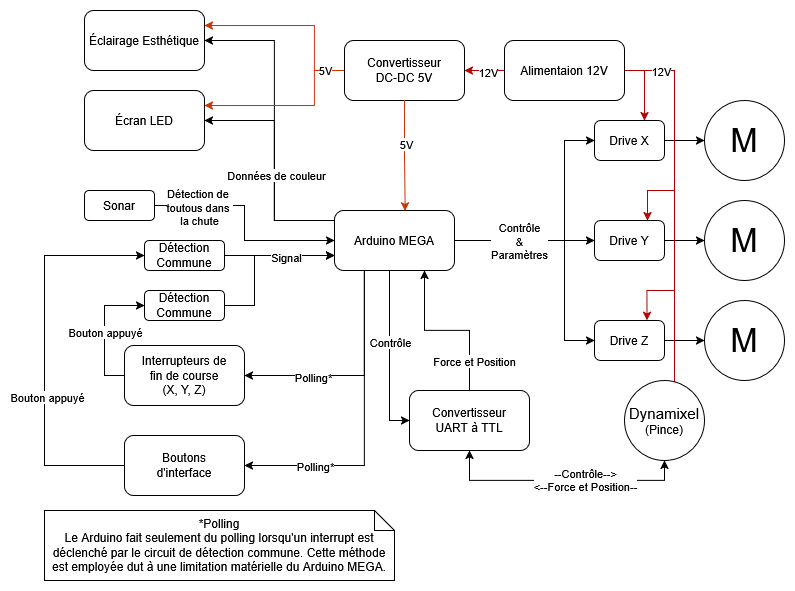
GROchet/GROchet_PCB keeps this draw.io diagram as GROchet_Bloc_Diagram.drawio.png. Above is the earlier version. Source tidied: cells renumbered, new cells last; positions are measured from the earlier drawing's top-left corner, leaving out a move shared by most shapes.
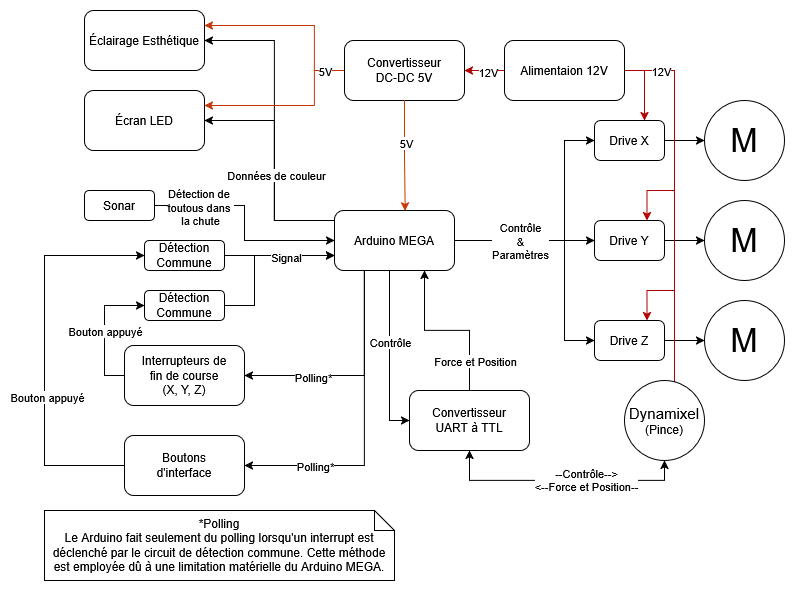
The same file after the commit.

Commit message:
typo correction

Change to the diagram source:
```diff
@@ -32,16 +32,16 @@
         </Array>
       </mxGeometry>
     </mxCell>
-    <mxCell id="7" style="edgeStyle=orthogonalEdgeStyle;rounded=0;jettySize=auto;html=1;entryX=1;entryY=0.5;entryDx=0;entryDy=0;" parent="1" edge="1" target="38">
-      <mxGeometry relative="1" as="geometry">
-        <mxPoint x="290" y="210" as="sourcePoint" />
-        <Array as="points">
-          <mxPoint x="230" y="210" />
-          <mxPoint x="230" y="30" />
-        </Array>
-      </mxGeometry>
-    </mxCell>
+    <mxCell id="62" style="edgeStyle=orthogonalEdgeStyle;rounded=0;jettySize=auto;html=1;entryX=1;entryY=0.5;entryDx=0;entryDy=0;" parent="1" edge="1" target="38">
+      <mxGeometry relative="1" as="geometry">
+        <mxPoint x="290" y="210" as="sourcePoint" />
+        <Array as="points">
+          <mxPoint x="230" y="210" />
+          <mxPoint x="230" y="30" />
+        </Array>
+      </mxGeometry>
+    </mxCell>
-    <mxCell id="8" value="&lt;div&gt;Données de couleur&lt;/div&gt;" style="edgeLabel;html=1;align=center;verticalAlign=middle;" parent="7" vertex="1">
+    <mxCell id="8" value="&lt;div&gt;Données de couleur&lt;/div&gt;" style="edgeLabel;html=1;align=center;verticalAlign=middle;" parent="62" vertex="1">
       <mxGeometry x="-0.32" y="-1" relative="1" as="geometry" />
     </mxCell>
     <mxCell id="9" style="edgeStyle=orthogonalEdgeStyle;rounded=0;jettySize=auto;html=1;entryX=0;entryY=0.5;entryDx=0;entryDy=0;" parent="1" edge="1" source="15" target="44">
@@ -164,11 +164,11 @@
         </Array>
       </mxGeometry>
     </mxCell>
-    <mxCell id="35" value="5V" style="edgeLabel;html=1;align=center;verticalAlign=middle;" parent="34" vertex="1">
-      <mxGeometry x="-0.6" y="1" relative="1" as="geometry">
-        <mxPoint x="9" y="-5" as="offset" />
-      </mxGeometry>
-    </mxCell>
+    <mxCell id="63" value="5V" style="edgeLabel;html=1;align=center;verticalAlign=middle;" parent="34" vertex="1">
+      <mxGeometry x="-0.6" y="1" relative="1" as="geometry">
+        <mxPoint x="9" y="-5" as="offset" />
+      </mxGeometry>
+    </mxCell>
     <mxCell id="36" value="&lt;div&gt;Convertisseur&lt;/div&gt;&lt;div&gt;DC-DC 5V&lt;/div&gt;" style="rounded=1;whiteSpace=wrap;html=1;" parent="1" vertex="1">
       <mxGeometry x="300" y="30" width="120" height="60" as="geometry" />
     </mxCell>
@@ -201,17 +201,17 @@
     <mxCell id="45" style="edgeStyle=orthogonalEdgeStyle;rounded=0;jettySize=auto;html=1;entryX=0.589;entryY=0.008;entryDx=0;entryDy=0;entryPerimeter=0;fillColor=#fa6800;strokeColor=#C73500;" parent="1" edge="1" source="36" target="15">
       <mxGeometry relative="1" as="geometry" />
     </mxCell>
-    <mxCell id="46" value="5V" style="edgeLabel;html=1;align=center;verticalAlign=middle;" parent="45" vertex="1">
-      <mxGeometry x="-0.24" y="1" relative="1" as="geometry" />
-    </mxCell>
+    <mxCell id="64" value="5V" style="edgeLabel;html=1;align=center;verticalAlign=middle;" parent="45" vertex="1">
+      <mxGeometry x="-0.24" y="1" relative="1" as="geometry" />
+    </mxCell>
     <mxCell id="47" style="edgeStyle=orthogonalEdgeStyle;rounded=0;jettySize=auto;html=1;entryX=0;entryY=0.5;entryDx=0;entryDy=0;exitX=0;exitY=0.5;exitDx=0;exitDy=0;" parent="1" edge="1" source="49" target="57">
       <mxGeometry relative="1" as="geometry" />
     </mxCell>
-    <mxCell id="48" value="Bouton appuyé" style="edgeLabel;html=1;align=center;verticalAlign=middle;" parent="47" vertex="1">
-      <mxGeometry x="-0.07" relative="1" as="geometry">
-        <mxPoint y="-4" as="offset" />
-      </mxGeometry>
-    </mxCell>
+    <mxCell id="65" value="Bouton appuyé" style="edgeLabel;html=1;align=center;verticalAlign=middle;" parent="47" vertex="1">
+      <mxGeometry x="-0.07" relative="1" as="geometry">
+        <mxPoint y="-4" as="offset" />
+      </mxGeometry>
+    </mxCell>
     <mxCell id="49" value="&lt;div&gt;Interrupteurs de&lt;/div&gt;&lt;div&gt;fin de course&lt;/div&gt;&lt;div&gt;(X, Y, Z)&lt;/div&gt;" style="rounded=1;whiteSpace=wrap;html=1;" parent="1" vertex="1">
       <mxGeometry x="80" y="335" width="120" height="60" as="geometry" />
     </mxCell>
@@ -223,17 +223,17 @@
         </Array>
       </mxGeometry>
     </mxCell>
-    <mxCell id="51" value="Bouton appuyé" style="edgeLabel;html=1;align=center;verticalAlign=middle;" parent="50" vertex="1">
-      <mxGeometry x="-0.24" y="-2" relative="1" as="geometry" />
-    </mxCell>
+    <mxCell id="66" value="Bouton appuyé" style="edgeLabel;html=1;align=center;verticalAlign=middle;" parent="50" vertex="1">
+      <mxGeometry x="-0.24" y="-2" relative="1" as="geometry" />
+    </mxCell>
     <mxCell id="52" value="&lt;div&gt;Boutons&lt;/div&gt;&lt;div&gt;d'interface&lt;/div&gt;" style="rounded=1;whiteSpace=wrap;html=1;" parent="1" vertex="1">
       <mxGeometry x="80" y="425" width="120" height="60" as="geometry" />
     </mxCell>
-    <mxCell id="53" style="edgeStyle=orthogonalEdgeStyle;rounded=0;jettySize=auto;html=1;" parent="1" edge="1" source="54">
-      <mxGeometry relative="1" as="geometry">
-        <mxPoint x="290" y="245" as="targetPoint" />
-      </mxGeometry>
-    </mxCell>
+    <mxCell id="67" style="edgeStyle=orthogonalEdgeStyle;rounded=0;jettySize=auto;html=1;" parent="1" edge="1" source="54">
+      <mxGeometry relative="1" as="geometry">
+        <mxPoint x="290" y="245" as="targetPoint" />
+      </mxGeometry>
+    </mxCell>
     <mxCell id="54" value="Détection Commune" style="rounded=1;whiteSpace=wrap;html=1;" parent="1" vertex="1">
       <mxGeometry x="100" y="230" width="80" height="30" as="geometry" />
     </mxCell>
@@ -260,8 +260,8 @@
     <mxCell id="60" value="Sonar" style="rounded=1;whiteSpace=wrap;html=1;" parent="1" vertex="1">
       <mxGeometry x="40" y="180" width="70" height="30" as="geometry" />
     </mxCell>
-    <mxCell id="61" value="*Polling&lt;br&gt;Le Arduino fait seulement du polling lorsqu'un interrupt est déclenché par le circuit de détection commune. Cette méthode est employée dut à une limitation matérielle du Arduino MEGA." style="shape=note;size=20;whiteSpace=wrap;html=1;" parent="1" vertex="1">
-      <mxGeometry y="500" width="350" height="70" as="geometry" />
-    </mxCell>
+    <mxCell id="68" value="*Polling&lt;br&gt;Le Arduino fait seulement du polling lorsqu'un interrupt est déclenché par le circuit de détection commune. Cette méthode est employée dû à une limitation matérielle du Arduino MEGA." style="shape=note;size=20;whiteSpace=wrap;html=1;" parent="1" vertex="1">
+      <mxGeometry y="500" width="350" height="70" as="geometry" />
+    </mxCell>
   </root>
 </mxGraphModel>
```
